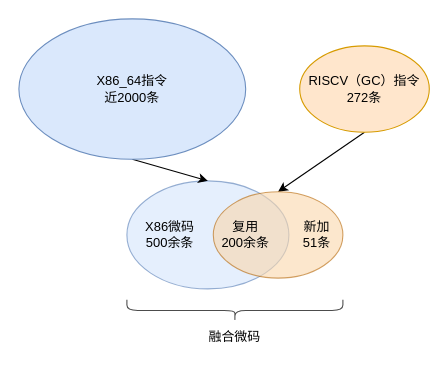
This is image/isa_num.drawio from jensen-yan/yanyue_essay, a draw.io file, before an edit. Source tidied: cells renumbered, new cells numbered last; positions are measured from the earlier drawing's top-left corner, leaving out a move shared by most shapes. Both pictures are drawn from the tidied source at 108%, with x=0, y=0 at pixel (18, 18).
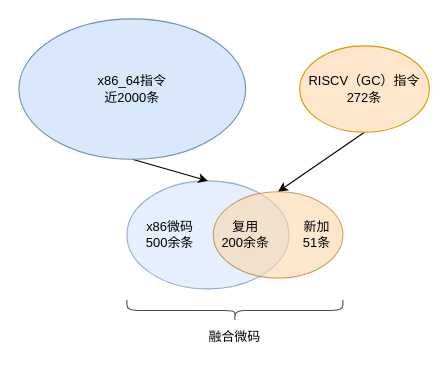
The same diagram, later.

Diff of the diagram source:
```diff
@@
 <mxGraphModel>
   <root>
     <mxCell id="0" />
     <mxCell id="1" parent="0" />
     <mxCell id="2" style="ellipse;whiteSpace=wrap;html=1;fillColor=#dae8fc;strokeColor=#6c8ebf;opacity=70;" parent="1" vertex="1">
       <mxGeometry x="100" y="150" width="150" height="100" as="geometry" />
     </mxCell>
     <mxCell id="3" style="edgeStyle=none;html=1;exitX=0.5;exitY=1;exitDx=0;exitDy=0;entryX=0.5;entryY=0;entryDx=0;entryDy=0;" parent="1" edge="1" source="4" target="2">
       <mxGeometry relative="1" as="geometry" />
     </mxCell>
-    <mxCell id="4" value="X86_64指令&lt;br&gt;近2000条" style="ellipse;whiteSpace=wrap;html=1;fillColor=#dae8fc;strokeColor=#6c8ebf;" parent="1" vertex="1">
+    <mxCell id="4" value="x86_64指令&lt;br&gt;近2000条" style="ellipse;whiteSpace=wrap;html=1;fillColor=#dae8fc;strokeColor=#6c8ebf;" parent="1" vertex="1">
       <mxGeometry width="210" height="130" as="geometry" />
     </mxCell>
     <mxCell id="5" style="edgeStyle=none;html=1;exitX=0.5;exitY=1;exitDx=0;exitDy=0;entryX=0.5;entryY=0;entryDx=0;entryDy=0;" parent="1" edge="1" source="6" target="7">
       <mxGeometry relative="1" as="geometry" />
     </mxCell>
     <mxCell id="6" value="RISCV（GC）指令&lt;br&gt;272条" style="ellipse;whiteSpace=wrap;html=1;fillColor=#ffe6cc;strokeColor=#d79b00;" parent="1" vertex="1">
       <mxGeometry x="260" y="25" width="120" height="80" as="geometry" />
     </mxCell>
     <mxCell id="7" style="ellipse;whiteSpace=wrap;html=1;opacity=60;fillColor=#fad7ac;strokeColor=#b46504;" parent="1" vertex="1">
       <mxGeometry x="180" y="160" width="120" height="80" as="geometry" />
     </mxCell>
     <mxCell id="8" value="新加&lt;br&gt;51条" style="text;html=1;strokeColor=none;fillColor=none;align=center;verticalAlign=middle;whiteSpace=wrap;rounded=0;opacity=2;" parent="1" vertex="1">
       <mxGeometry x="246" y="185" width="60" height="30" as="geometry" />
     </mxCell>
     <mxCell id="9" value="复用&lt;br&gt;200余条" style="text;html=1;strokeColor=none;fillColor=none;align=center;verticalAlign=middle;whiteSpace=wrap;rounded=0;opacity=2;" parent="1" vertex="1">
       <mxGeometry x="180" y="185" width="60" height="30" as="geometry" />
     </mxCell>
-    <mxCell id="10" value="X86微码&lt;br&gt;500余条" style="text;html=1;strokeColor=none;fillColor=none;align=center;verticalAlign=middle;whiteSpace=wrap;rounded=0;opacity=2;" parent="1" vertex="1">
+    <mxCell id="10" value="x86微码&lt;br&gt;500余条" style="text;html=1;strokeColor=none;fillColor=none;align=center;verticalAlign=middle;whiteSpace=wrap;rounded=0;opacity=2;" parent="1" vertex="1">
       <mxGeometry x="110" y="185" width="60" height="30" as="geometry" />
     </mxCell>
     <mxCell id="11" style="shape=curlyBracket;whiteSpace=wrap;html=1;rounded=1;flipH=1;labelPosition=right;verticalLabelPosition=middle;align=left;verticalAlign=middle;opacity=70;direction=north;" parent="1" vertex="1">
       <mxGeometry x="100" y="260" width="200" height="20" as="geometry" />
     </mxCell>
     <mxCell id="12" value="融合微码" style="text;html=1;strokeColor=none;fillColor=none;align=center;verticalAlign=middle;whiteSpace=wrap;rounded=0;opacity=70;" parent="1" vertex="1">
       <mxGeometry x="170" y="280" width="60" height="30" as="geometry" />
     </mxCell>
   </root>
 </mxGraphModel>
```
